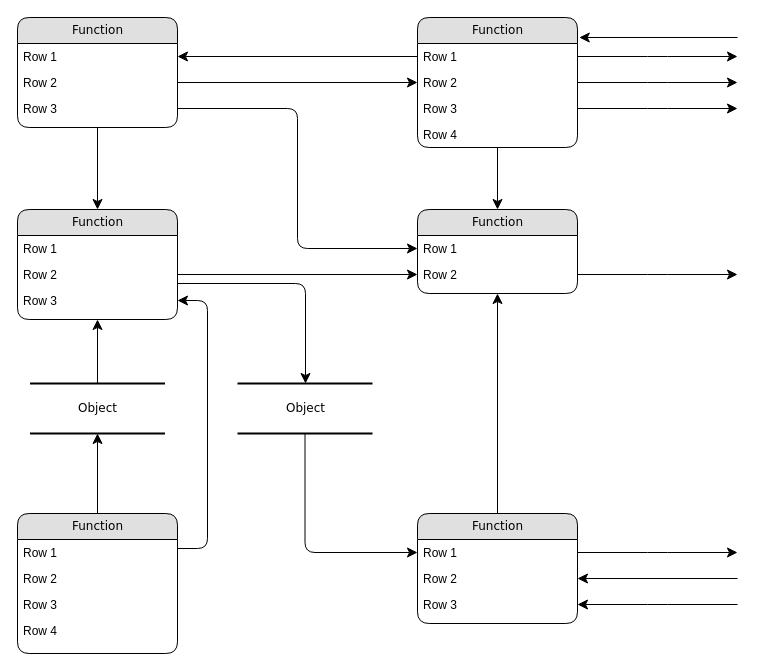
advancingsweet/Algorithm keeps this draw.io diagram as 未命名绘图.drawio. Above is the earlier version. Source tidied: cells renumbered, new cells numbered last; positions are measured from the earlier drawing's top-left corner, leaving out a move shared by most shapes. Both pictures are drawn from the tidied source at 100%, with x=0, y=0 at pixel (17, 17).
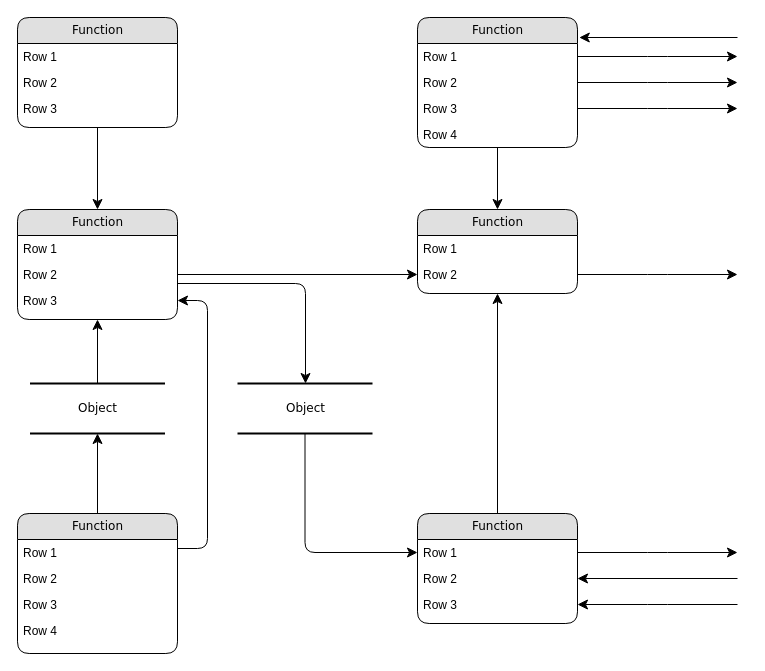
The same page after the edit.

Commit message:
更新未命名绘图.drawio

The change refers to these unchanged cells:
```xml
<mxCell id="4" value="Row 1" style="text;html=1;strokeColor=none;fillColor=none;spacingLeft=4;spacingRight=4;whiteSpace=wrap;overflow=hidden;points=[[0,0.5],[1,0.5]];portConstraint=eastwest;" parent="3" vertex="1">
  <mxGeometry y="26" width="160" height="26" as="geometry" />
</mxCell>
<mxCell id="5" value="Row 2" style="text;html=1;strokeColor=none;fillColor=none;spacingLeft=4;spacingRight=4;whiteSpace=wrap;overflow=hidden;points=[[0,0.5],[1,0.5]];portConstraint=eastwest;" parent="3" vertex="1">
  <mxGeometry y="52" width="160" height="26" as="geometry" />
</mxCell>
<mxCell id="6" value="Row 3" style="text;html=1;strokeColor=none;fillColor=none;spacingLeft=4;spacingRight=4;whiteSpace=wrap;overflow=hidden;points=[[0,0.5],[1,0.5]];portConstraint=eastwest;" parent="3" vertex="1">
  <mxGeometry y="78" width="160" height="26" as="geometry" />
</mxCell>
<mxCell id="8" value="Row 1" style="text;html=1;strokeColor=none;fillColor=none;spacingLeft=4;spacingRight=4;whiteSpace=wrap;overflow=hidden;points=[[0,0.5],[1,0.5]];portConstraint=eastwest;" parent="7" vertex="1">
  <mxGeometry y="26" width="160" height="26" as="geometry" />
</mxCell>
<mxCell id="9" value="Row 2" style="text;html=1;strokeColor=none;fillColor=none;spacingLeft=4;spacingRight=4;whiteSpace=wrap;overflow=hidden;points=[[0,0.5],[1,0.5]];portConstraint=eastwest;" parent="7" vertex="1">
  <mxGeometry y="52" width="160" height="26" as="geometry" />
</mxCell>
<mxCell id="22" value="Row 1" style="text;html=1;strokeColor=none;fillColor=none;spacingLeft=4;spacingRight=4;whiteSpace=wrap;overflow=hidden;points=[[0,0.5],[1,0.5]];portConstraint=eastwest;" parent="21" vertex="1">
  <mxGeometry y="26" width="160" height="26" as="geometry" />
</mxCell>
```

Diff of the diagram source:
```diff
@@
-    <mxCell id="37" style="edgeStyle=orthogonalEdgeStyle;html=1;entryX=0;entryY=0.5;labelBackgroundColor=none;startFill=0;startSize=8;endFill=1;endSize=8;fontFamily=Verdana;fontSize=12;exitX=1;exitY=0.5;" parent="1" edge="1" source="5" target="9">
-      <mxGeometry relative="1" as="geometry" />
-    </mxCell>
-    <mxCell id="38" style="edgeStyle=orthogonalEdgeStyle;html=1;exitX=0;exitY=0.5;entryX=1;entryY=0.5;labelBackgroundColor=none;startFill=0;startSize=8;endFill=1;endSize=8;fontFamily=Verdana;fontSize=12;" parent="1" edge="1" source="8" target="4">
-      <mxGeometry relative="1" as="geometry" />
-    </mxCell>
-    <mxCell id="39" style="edgeStyle=orthogonalEdgeStyle;html=1;exitX=1;exitY=0.5;entryX=0;entryY=0.5;labelBackgroundColor=none;startFill=0;startSize=8;endFill=1;endSize=8;fontFamily=Verdana;fontSize=12;" parent="1" edge="1" source="6" target="22">
-      <mxGeometry relative="1" as="geometry" />
-    </mxCell>
```
